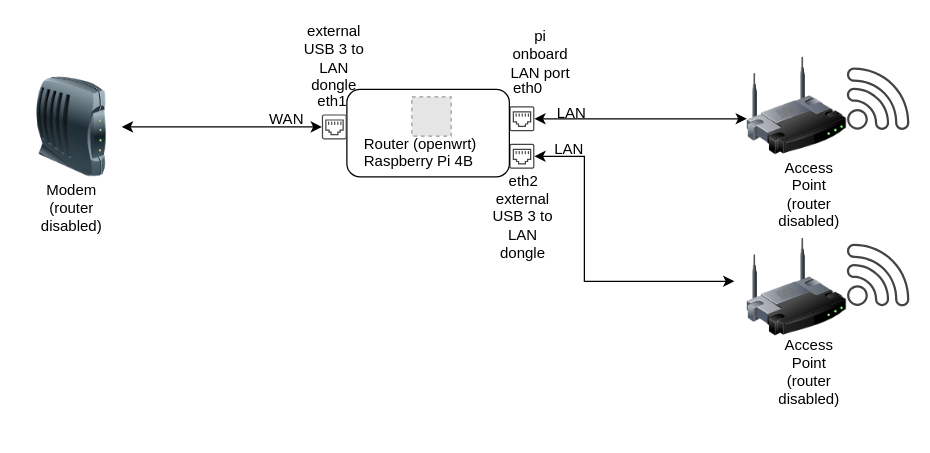
The draw.io diagram media/upgraded_network.drawio in gmrock/gmrock.github.io, before the edit. Source tidied: cells renumbered, new cells numbered last; positions are measured from the earlier drawing's top-left corner, leaving out a move shared by most shapes. Both pictures are drawn from the tidied source at 125%, with x=0, y=0 at pixel (21, 34). Pictures stored in the file or linked from it are replaced by grey dashed boxes.
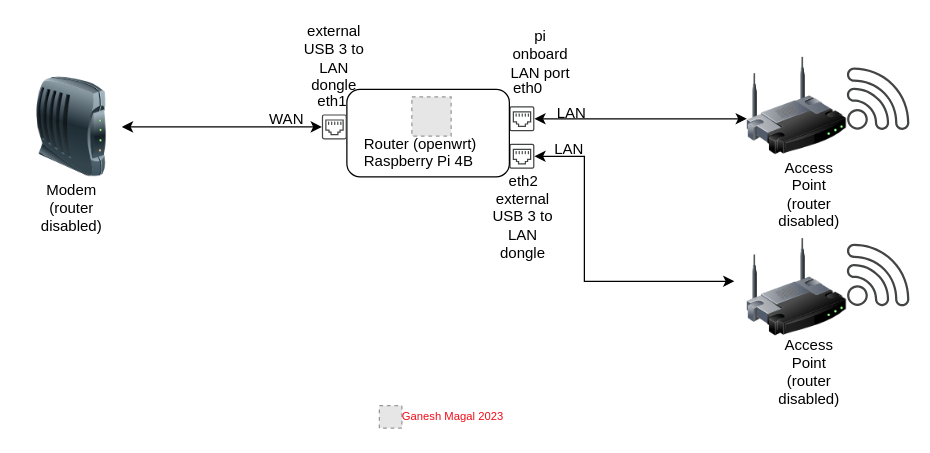
The same page after the edit.

Diff of the diagram source:
```diff
@@
+    <mxCell id="34" style="group;" parent="1" vertex="1">
+      <mxGeometry x="286" y="294" width="118" height="24" as="geometry" />
+    </mxCell>
+    <mxCell id="35" style="fillColor=#E6E6E6;strokeColor=#999999;dashed=1;html=1;verticalAlign=top;verticalLabelPosition=bottom;labelBackgroundColor=#ffffff;" parent="34" vertex="1">
+      <mxGeometry y="3" width="18" height="18" as="geometry" />
+    </mxCell>
+    <mxCell id="36" value="Ganesh Magal 2023" style="text;html=1;strokeColor=none;fillColor=none;align=center;verticalAlign=middle;whiteSpace=wrap;rounded=0;fontSize=9;labelBorderColor=none;labelBackgroundColor=none;fontColor=#f00c17;" parent="34" vertex="1">
+      <mxGeometry width="118" height="24" as="geometry" />
+    </mxCell>
```
